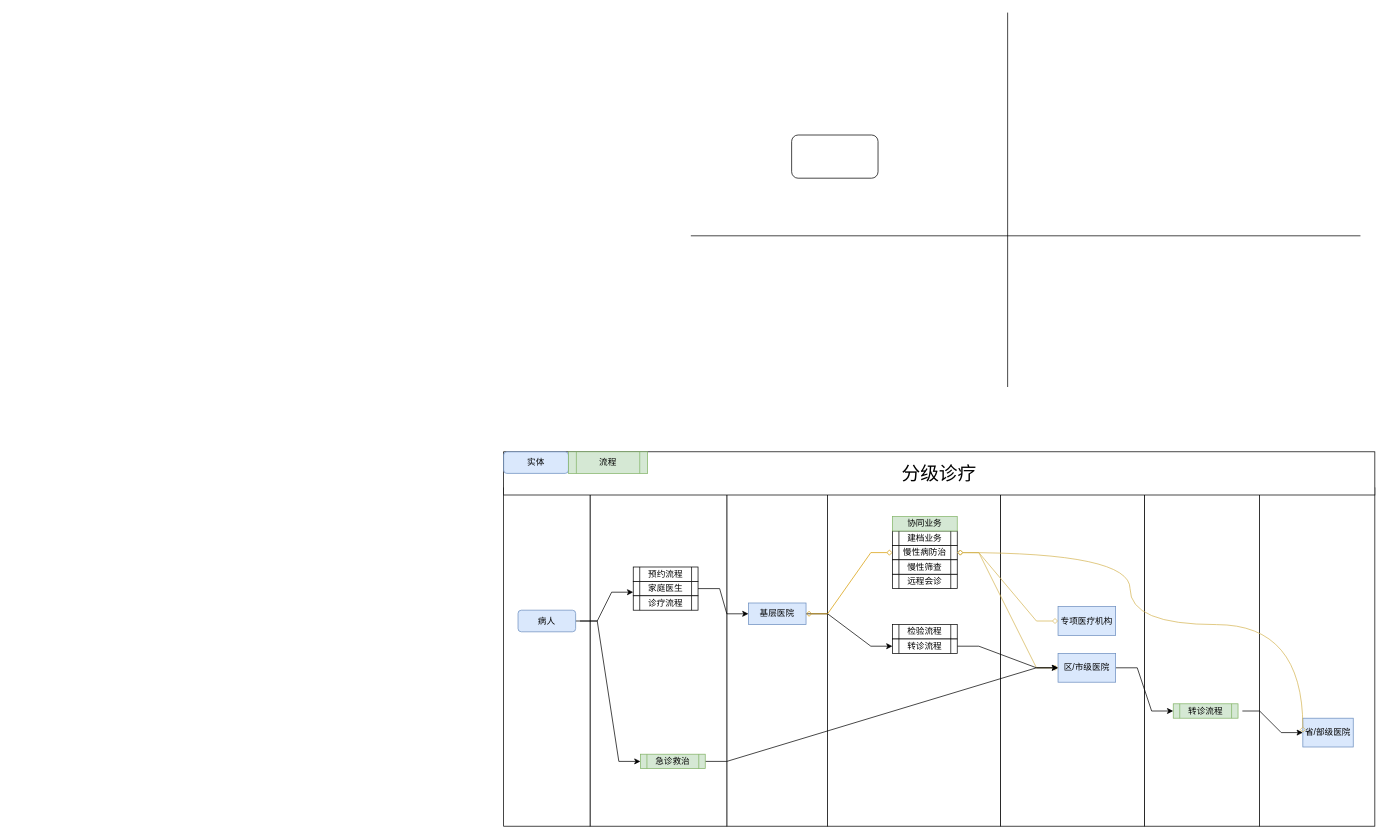
Before: page "流程图" (1 of 3) of healthCloud.drawio in lzdong0714/note, a draw.io diagram. Source tidied: cells renumbered, new cells numbered last; positions are measured from the earlier drawing's top-left corner, leaving out a move shared by most shapes. Both pictures are drawn from the tidied source at 72%, with x=0, y=0 at pixel (503, 12).
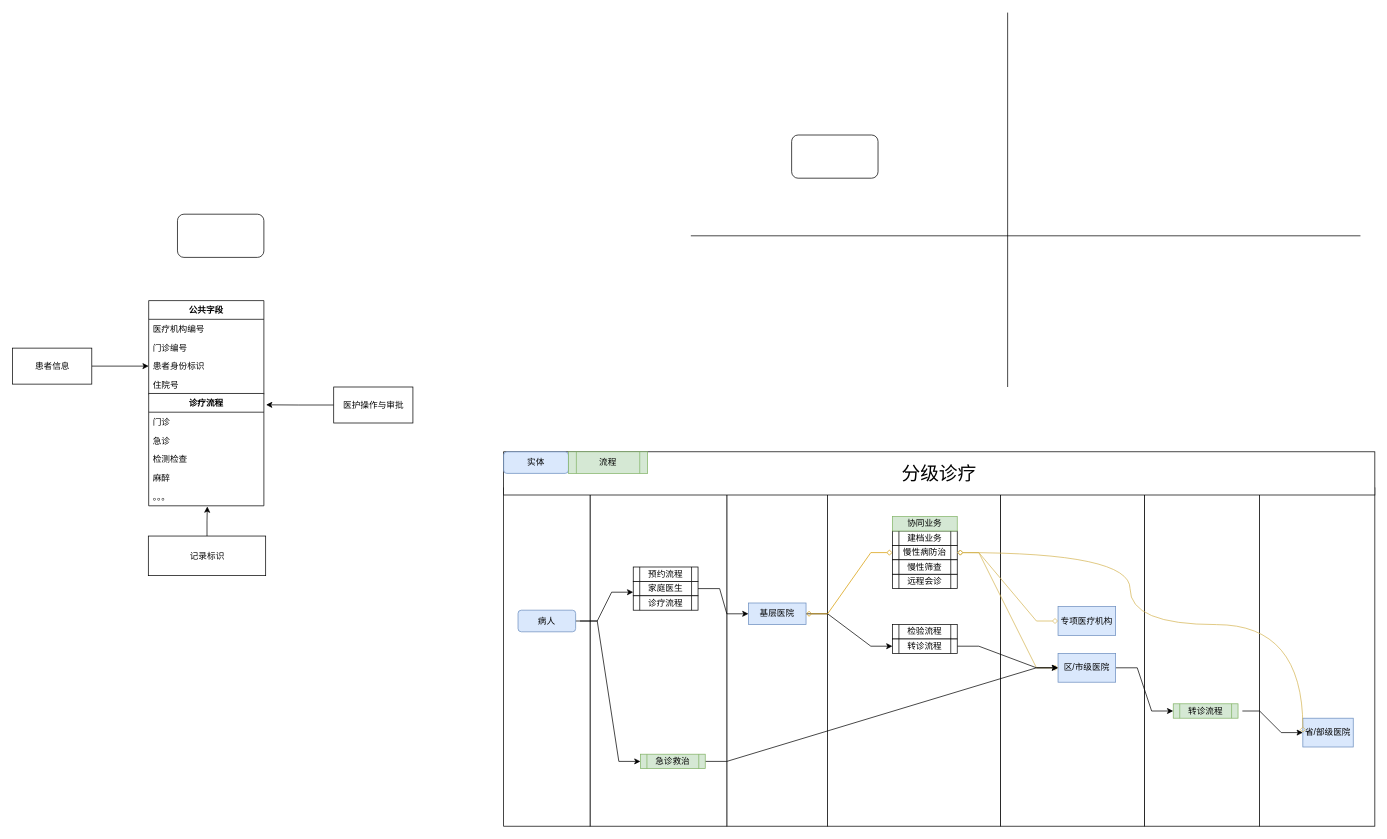
The same page after the edit.

Diff of the diagram source:
```diff
@@
+    <mxCell id="44" style="rounded=1;whiteSpace=wrap;html=1;" parent="1" vertex="1">
+      <mxGeometry x="-453" y="280" width="120" height="60" as="geometry" />
+    </mxCell>
+    <mxCell id="45" value="公共字段" style="swimlane;fontStyle=1;align=center;verticalAlign=top;horizontal=1;startSize=26;" parent="1" vertex="1">
+      <mxGeometry x="-493" y="400" width="160" height="130" as="geometry" />
+    </mxCell>
+    <mxCell id="46" value="医疗机构编号" style="text;strokeColor=none;fillColor=none;align=left;verticalAlign=top;spacingLeft=4;spacingRight=4;overflow=hidden;" parent="45" vertex="1">
+      <mxGeometry y="26" width="160" height="26" as="geometry" />
+    </mxCell>
+    <mxCell id="47" value="门诊编号" style="text;strokeColor=none;fillColor=none;align=left;verticalAlign=top;spacingLeft=4;spacingRight=4;overflow=hidden;" parent="45" vertex="1">
+      <mxGeometry y="52" width="160" height="26" as="geometry" />
+    </mxCell>
+    <mxCell id="48" value="患者身份标识" style="text;strokeColor=none;fillColor=none;align=left;verticalAlign=top;spacingLeft=4;spacingRight=4;overflow=hidden;points=[[0,0.5],[1,0.5]];portConstraint=eastwest;" parent="45" vertex="1">
+      <mxGeometry y="78" width="160" height="26" as="geometry" />
+    </mxCell>
+    <mxCell id="49" value="住院号" style="text;strokeColor=none;fillColor=none;align=left;verticalAlign=top;spacingLeft=4;spacingRight=4;overflow=hidden;" parent="45" vertex="1">
+      <mxGeometry y="104" width="160" height="26" as="geometry" />
+    </mxCell>
+    <mxCell id="50" style="edgeStyle=orthogonalEdgeStyle;rounded=0;jettySize=auto;html=1;entryX=0;entryY=0.5;entryDx=0;entryDy=0;" parent="1" edge="1" source="51" target="48">
+      <mxGeometry relative="1" as="geometry" />
+    </mxCell>
+    <mxCell id="51" value="患者信息" style="html=1;" parent="1" vertex="1">
+      <mxGeometry x="-682" y="466" width="110" height="50" as="geometry" />
+    </mxCell>
+    <mxCell id="52" style="edgeStyle=orthogonalEdgeStyle;rounded=0;jettySize=auto;html=1;entryX=1.019;entryY=0.101;entryDx=0;entryDy=0;entryPerimeter=0;" parent="1" edge="1" source="53" target="54">
+      <mxGeometry relative="1" as="geometry" />
+    </mxCell>
+    <mxCell id="53" value="医护操作与审批" style="html=1;" parent="1" vertex="1">
+      <mxGeometry x="-236" y="520" width="110" height="50" as="geometry" />
+    </mxCell>
+    <mxCell id="54" value="诊疗流程" style="swimlane;fontStyle=1;align=center;verticalAlign=top;horizontal=1;startSize=26;" parent="1" vertex="1">
+      <mxGeometry x="-493" y="529" width="160" height="156" as="geometry" />
+    </mxCell>
+    <mxCell id="55" value="门诊" style="text;strokeColor=none;fillColor=none;align=left;verticalAlign=top;spacingLeft=4;spacingRight=4;overflow=hidden;" parent="54" vertex="1">
+      <mxGeometry y="26" width="160" height="26" as="geometry" />
+    </mxCell>
+    <mxCell id="56" value="急诊" style="text;strokeColor=none;fillColor=none;align=left;verticalAlign=top;spacingLeft=4;spacingRight=4;overflow=hidden;" parent="54" vertex="1">
+      <mxGeometry y="52" width="160" height="26" as="geometry" />
+    </mxCell>
+    <mxCell id="57" value="检测检查&#10;" style="text;strokeColor=none;fillColor=none;align=left;verticalAlign=top;spacingLeft=4;spacingRight=4;overflow=hidden;" parent="54" vertex="1">
+      <mxGeometry y="78" width="160" height="26" as="geometry" />
+    </mxCell>
+    <mxCell id="58" value="麻醉" style="text;strokeColor=none;fillColor=none;align=left;verticalAlign=top;spacingLeft=4;spacingRight=4;overflow=hidden;" parent="54" vertex="1">
+      <mxGeometry y="104" width="160" height="26" as="geometry" />
+    </mxCell>
+    <mxCell id="59" value="。。。" style="text;strokeColor=none;fillColor=none;align=left;verticalAlign=top;spacingLeft=4;spacingRight=4;overflow=hidden;points=[[0,0.5],[1,0.5]];portConstraint=eastwest;" parent="54" vertex="1">
+      <mxGeometry y="130" width="160" height="26" as="geometry" />
+    </mxCell>
+    <mxCell id="60" style="edgeStyle=orthogonalEdgeStyle;rounded=0;jettySize=auto;html=1;entryX=0.509;entryY=1.038;entryDx=0;entryDy=0;entryPerimeter=0;" parent="1" edge="1" source="61" target="59">
+      <mxGeometry relative="1" as="geometry" />
+    </mxCell>
+    <mxCell id="61" value="记录标识" style="html=1;" parent="1" vertex="1">
+      <mxGeometry x="-493.5" y="727" width="163" height="55" as="geometry" />
+    </mxCell>
```
